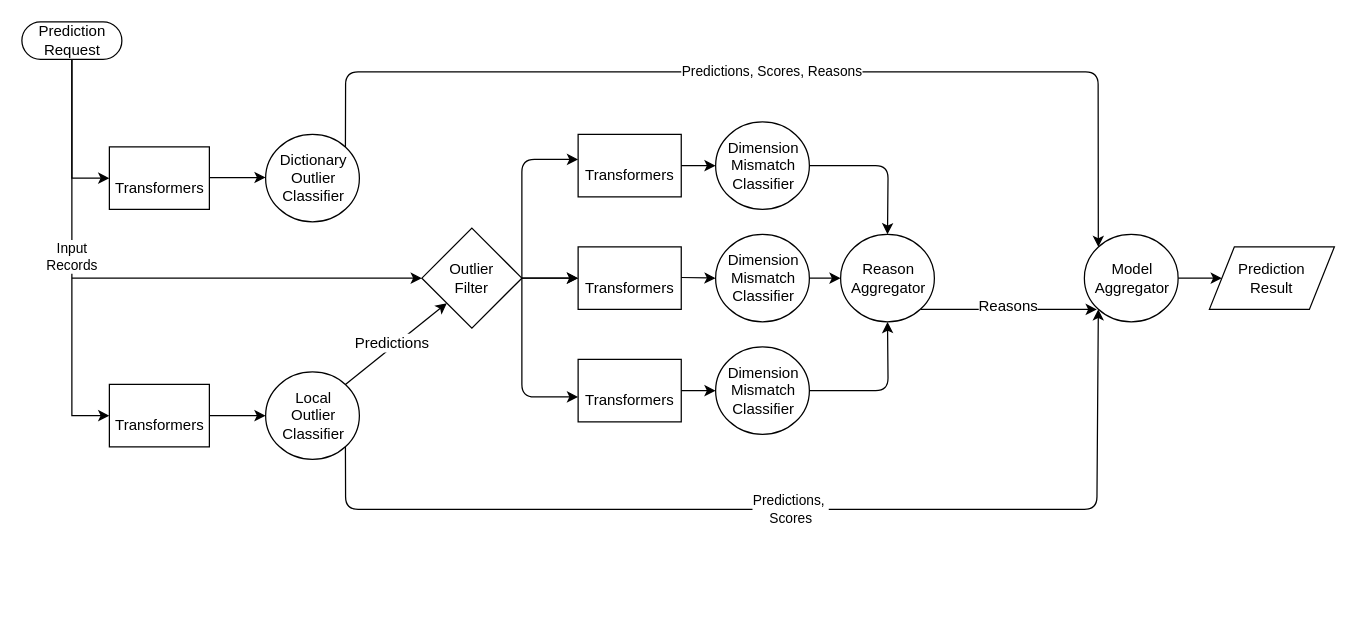
Before: ModelDataFlowAlternate.drawio in KevinJAdams/datastructures, a draw.io diagram. Source tidied: cells renumbered, new cells numbered last; positions are measured from the earlier drawing's top-left corner, leaving out a move shared by most shapes. Both pictures are drawn from the tidied source at 125%, with x=0, y=0 at pixel (21, 21).
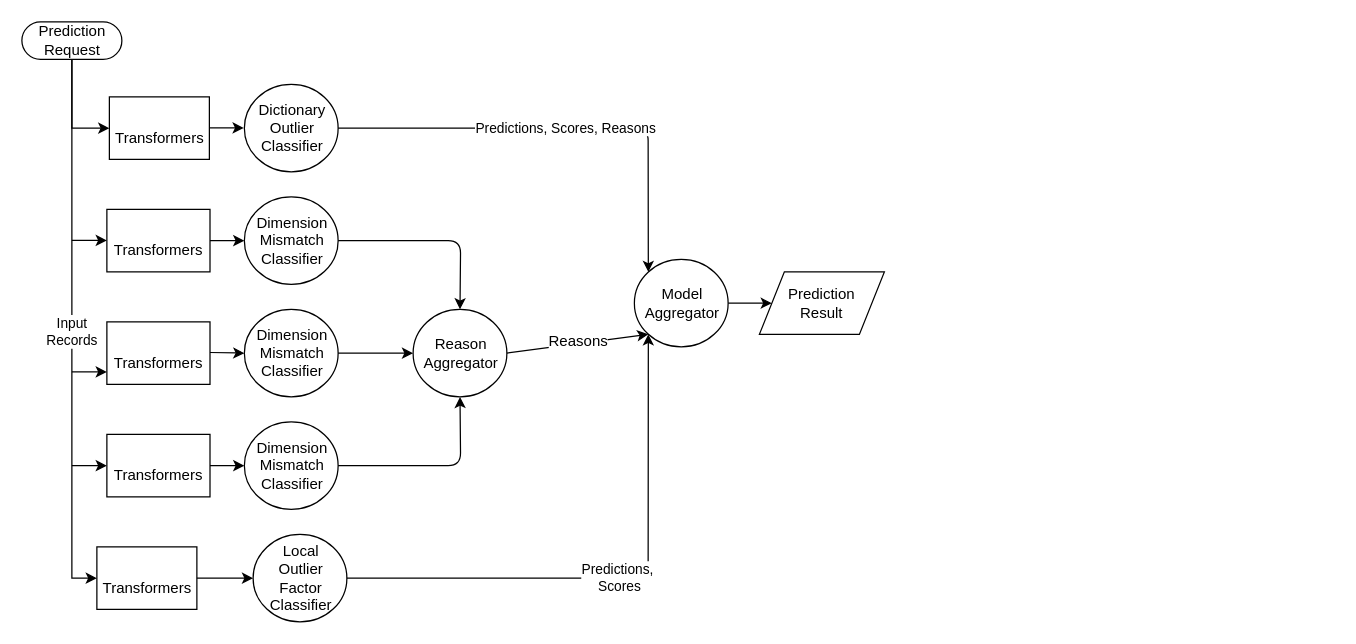
Above is the later version.

The change refers to these unchanged cells:
```xml
<mxCell id="4" value="Prediction&lt;br&gt;Request" style="html=1;dashed=0;whitespace=wrap;shape=mxgraph.dfd.start;" parent="1" vertex="1">
  <mxGeometry width="80" height="30" as="geometry" />
</mxCell>
```

What changed in the source:
```diff
@@
     <mxCell id="2" value="Prediction&lt;br&gt;Result" style="shape=parallelogram;perimeter=parallelogramPerimeter;whiteSpace=wrap;html=1;dashed=0;" parent="1" vertex="1">
-      <mxGeometry x="950" y="180" width="100" height="50" as="geometry" />
+      <mxGeometry x="590" y="200" width="100" height="50" as="geometry" />
     </mxCell>
     <mxCell id="3" style="edgeStyle=orthogonalEdgeStyle;rounded=0;jettySize=auto;html=1;exitX=0.5;exitY=0.5;exitDx=0;exitDy=15;exitPerimeter=0;entryX=0;entryY=0.5;entryDx=0;entryDy=0;" parent="1" edge="1" source="4" target="14">
       <mxGeometry relative="1" as="geometry">
         <Array as="points">
-          <mxPoint x="40" y="125" />
+          <mxPoint x="40" y="85" />
         </Array>
       </mxGeometry>
     </mxCell>
@@
     <mxCell id="5" value="Dictionary&lt;br&gt;Outlier&lt;br&gt;Classifier" style="shape=ellipse;html=1;dashed=0;whitespace=wrap;perimeter=ellipsePerimeter;" parent="1" vertex="1">
-      <mxGeometry x="195" y="90" width="75" height="70" as="geometry" />
+      <mxGeometry x="178" y="50" width="75" height="70" as="geometry" />
     </mxCell>
-    <mxCell id="6" value="Local&lt;br&gt;Outlier&lt;br&gt;Classifier" style="shape=ellipse;html=1;dashed=0;whitespace=wrap;perimeter=ellipsePerimeter;" parent="1" vertex="1">
-      <mxGeometry x="195" y="280" width="75" height="70" as="geometry" />
+    <mxCell id="6" value="Local&lt;br&gt;Outlier&lt;br&gt;Factor&lt;br&gt;Classifier" style="shape=ellipse;html=1;dashed=0;whitespace=wrap;perimeter=ellipsePerimeter;" parent="1" vertex="1">
+      <mxGeometry x="185" y="410" width="75" height="70" as="geometry" />
     </mxCell>
     <mxCell id="7" value="&lt;br&gt;Transformers" style="html=1;dashed=0;whitespace=wrap;" parent="1" vertex="1">
-      <mxGeometry x="70" y="290" width="80" height="50" as="geometry" />
+      <mxGeometry x="60" y="420" width="80" height="50" as="geometry" />
     </mxCell>
     <mxCell id="8" value="Dimension&lt;br&gt;Mismatch&lt;br&gt;Classifier" style="shape=ellipse;html=1;dashed=0;whitespace=wrap;perimeter=ellipsePerimeter;" parent="1" vertex="1">
-      <mxGeometry x="555" y="260" width="75" height="70" as="geometry" />
+      <mxGeometry x="178" y="320" width="75" height="70" as="geometry" />
     </mxCell>
     <mxCell id="9" value="Dimension&lt;br&gt;Mismatch&lt;br&gt;Classifier" style="shape=ellipse;html=1;dashed=0;whitespace=wrap;perimeter=ellipsePerimeter;" parent="1" vertex="1">
-      <mxGeometry x="555" y="170" width="75" height="70" as="geometry" />
+      <mxGeometry x="178" y="230" width="75" height="70" as="geometry" />
     </mxCell>
     <mxCell id="10" value="Dimension&lt;br&gt;Mismatch&lt;br&gt;Classifier" style="shape=ellipse;html=1;dashed=0;whitespace=wrap;perimeter=ellipsePerimeter;" parent="1" vertex="1">
-      <mxGeometry x="555" y="80" width="75" height="70" as="geometry" />
+      <mxGeometry x="178" y="140" width="75" height="70" as="geometry" />
     </mxCell>
     <mxCell id="11" value="&lt;br&gt;Transformers" style="html=1;dashed=0;whitespace=wrap;" parent="1" vertex="1">
-      <mxGeometry x="445" y="90" width="82.5" height="50" as="geometry" />
+      <mxGeometry x="68" y="150" width="82.5" height="50" as="geometry" />
     </mxCell>
     <mxCell id="12" value="&lt;br&gt;Transformers" style="html=1;dashed=0;whitespace=wrap;" parent="1" vertex="1">
-      <mxGeometry x="445" y="180" width="82.5" height="50" as="geometry" />
+      <mxGeometry x="68" y="240" width="82.5" height="50" as="geometry" />
     </mxCell>
     <mxCell id="13" value="&lt;br&gt;Transformers" style="html=1;dashed=0;whitespace=wrap;" parent="1" vertex="1">
-      <mxGeometry x="445" y="270" width="82.5" height="50" as="geometry" />
+      <mxGeometry x="68" y="330" width="82.5" height="50" as="geometry" />
     </mxCell>
     <mxCell id="14" value="&lt;br&gt;Transformers" style="html=1;dashed=0;whitespace=wrap;" parent="1" vertex="1">
-      <mxGeometry x="70" y="100" width="80" height="50" as="geometry" />
+      <mxGeometry x="70" y="60" width="80" height="50" as="geometry" />
     </mxCell>
@@
     <mxCell id="16" value="Model&lt;br&gt;Aggregator" style="shape=ellipse;html=1;dashed=0;whitespace=wrap;perimeter=ellipsePerimeter;" parent="1" vertex="1">
-      <mxGeometry x="850" y="170" width="75" height="70" as="geometry" />
+      <mxGeometry x="490" y="190" width="75" height="70" as="geometry" />
     </mxCell>
     <mxCell id="17" value="Input &lt;br&gt;Records" style="edgeStyle=orthogonalEdgeStyle;rounded=0;jettySize=auto;html=1;exitX=0.5;exitY=0.5;exitDx=0;exitDy=15;exitPerimeter=0;entryX=0;entryY=0.5;entryDx=0;entryDy=0;" parent="1" edge="1" source="4" target="7">
       <mxGeometry relative="1" as="geometry">
         <Array as="points">
-          <mxPoint x="40" y="315" />
+          <mxPoint x="40" y="445" />
         </Array>
       </mxGeometry>
     </mxCell>
@@
-    <mxCell id="19" style="endArrow=classic;html=1;exitX=1;exitY=0.5;exitDx=0;exitDy=0;entryX=0;entryY=0.5;entryDx=0;entryDy=0;" parent="1" edge="1">
-      <mxGeometry relative="1" as="geometry">
-        <mxPoint x="150" y="124.5" as="sourcePoint" />
-        <mxPoint x="195" y="124.5" as="targetPoint" />
-      </mxGeometry>
-    </mxCell>
-    <mxCell id="20" style="endArrow=classic;html=1;entryX=0;entryY=0.5;entryDx=0;entryDy=0;exitX=1;exitY=0.5;exitDx=0;exitDy=0;" parent="1" edge="1" source="35">
-      <mxGeometry relative="1" as="geometry">
-        <mxPoint x="445" y="110" as="targetPoint" />
-        <Array as="points">
-          <mxPoint x="400" y="110" />
-        </Array>
-      </mxGeometry>
-    </mxCell>
-    <mxCell id="21" style="endArrow=classic;html=1;entryX=0;entryY=0.5;entryDx=0;entryDy=0;" parent="1" edge="1">
-      <mxGeometry relative="1" as="geometry">
-        <mxPoint x="370" y="205" as="sourcePoint" />
-        <mxPoint x="445" y="205" as="targetPoint" />
-      </mxGeometry>
-    </mxCell>
-    <mxCell id="22" style="endArrow=classic;html=1;entryX=0;entryY=0.5;entryDx=0;entryDy=0;exitX=1;exitY=0.5;exitDx=0;exitDy=0;" parent="1" edge="1" source="35">
-      <mxGeometry relative="1" as="geometry">
-        <mxPoint x="445" y="300" as="targetPoint" />
-        <Array as="points">
-          <mxPoint x="400" y="300" />
-        </Array>
-      </mxGeometry>
-    </mxCell>
-    <mxCell id="23" value="Predictions,&amp;nbsp;&lt;br&gt;Scores" style="endArrow=classic;html=1;exitX=1;exitY=1;exitDx=0;exitDy=0;entryX=0;entryY=1;entryDx=0;entryDy=0;" parent="1" edge="1" source="6" target="16">
+    <mxCell id="23" value="Predictions,&amp;nbsp;&lt;br&gt;Scores" style="endArrow=classic;html=1;exitX=1;exitY=0.5;exitDx=0;exitDy=0;entryX=0;entryY=1;entryDx=0;entryDy=0;" parent="1" edge="1" source="6" target="16">
       <mxGeometry relative="1" as="geometry">
         <Array as="points">
-          <mxPoint x="259" y="390" />
-          <mxPoint x="860" y="390" />
+          <mxPoint x="501" y="445" />
         </Array>
       </mxGeometry>
     </mxCell>
     <mxCell id="24" style="endArrow=classic;html=1;entryX=0;entryY=0.5;entryDx=0;entryDy=0;" parent="1" edge="1" target="9">
       <mxGeometry relative="1" as="geometry">
-        <mxPoint x="527.5" y="204.5" as="sourcePoint" />
+        <mxPoint x="150.5" y="264.5" as="sourcePoint" />
       </mxGeometry>
     </mxCell>
@@
-    <mxCell id="27" value="Predictions, Scores, Reasons" style="endArrow=classic;html=1;exitX=1;exitY=0;exitDx=0;exitDy=0;entryX=0;entryY=0;entryDx=0;entryDy=0;" parent="1" edge="1" source="5" target="16">
+    <mxCell id="27" value="Predictions, Scores, Reasons" style="endArrow=classic;html=1;exitX=1;exitY=0.5;exitDx=0;exitDy=0;entryX=0;entryY=0;entryDx=0;entryDy=0;" parent="1" edge="1" source="5" target="16">
       <mxGeometry relative="1" as="geometry">
         <Array as="points">
-          <mxPoint x="259" y="40" />
-          <mxPoint x="861" y="40" />
+          <mxPoint x="320" y="85" />
+          <mxPoint x="501" y="85" />
         </Array>
       </mxGeometry>
     </mxCell>
     <mxCell id="28" value="Reason&lt;br&gt;Aggregator" style="shape=ellipse;html=1;dashed=0;whitespace=wrap;perimeter=ellipsePerimeter;" parent="1" vertex="1">
-      <mxGeometry x="655" y="170" width="75" height="70" as="geometry" />
+      <mxGeometry x="313" y="230" width="75" height="70" as="geometry" />
     </mxCell>
     <mxCell id="29" style="endArrow=classic;html=1;exitX=1;exitY=0.5;exitDx=0;exitDy=0;entryX=0.5;entryY=0;entryDx=0;entryDy=0;" parent="1" edge="1" source="10" target="28">
       <mxGeometry relative="1" as="geometry">
         <Array as="points">
-          <mxPoint x="693" y="115" />
+          <mxPoint x="351" y="175" />
         </Array>
       </mxGeometry>
     </mxCell>
     <mxCell id="30" style="endArrow=classic;html=1;exitX=1;exitY=0.5;exitDx=0;exitDy=0;entryX=0.5;entryY=1;entryDx=0;entryDy=0;" parent="1" edge="1" source="8" target="28">
       <mxGeometry relative="1" as="geometry">
         <Array as="points">
-          <mxPoint x="693" y="295" />
+          <mxPoint x="351" y="355" />
         </Array>
       </mxGeometry>
     </mxCell>
@@
-    <mxCell id="32" style="endArrow=classic;html=1;exitX=1;exitY=1;exitDx=0;exitDy=0;" parent="1" edge="1" source="28">
-      <mxGeometry relative="1" as="geometry">
-        <mxPoint x="860" y="230" as="targetPoint" />
-      </mxGeometry>
+    <mxCell id="32" style="endArrow=classic;html=1;exitX=1;exitY=0.5;exitDx=0;exitDy=0;entryX=0;entryY=1;entryDx=0;entryDy=0;" parent="1" edge="1" source="28" target="16">
+      <mxGeometry relative="1" as="geometry" />
     </mxCell>
@@
-    <mxCell id="34" style="edgeStyle=orthogonalEdgeStyle;rounded=0;jettySize=auto;html=1;" parent="1" edge="1" source="35" target="12">
-      <mxGeometry relative="1" as="geometry" />
-    </mxCell>
-    <mxCell id="35" value="Outlier&lt;br&gt;Filter" style="rhombus;whiteSpace=wrap;html=1;" parent="1" vertex="1">
-      <mxGeometry x="320" y="165" width="80" height="80" as="geometry" />
-    </mxCell>
-    <mxCell id="36" style="endArrow=classic;html=1;exitX=1;exitY=0;exitDx=0;exitDy=0;entryX=0;entryY=1;entryDx=0;entryDy=0;" parent="1" edge="1" source="6" target="35">
-      <mxGeometry relative="1" as="geometry" />
-    </mxCell>
-    <mxCell id="37" value="Predictions" style="text;html=1;align=center;verticalAlign=middle;labelBackgroundColor=#ffffff;" parent="36" vertex="1">
-      <mxGeometry x="-0.03" y="3" relative="1" as="geometry" />
-    </mxCell>
-    <mxCell id="38" style="endArrow=classic;html=1;entryX=0;entryY=0.5;entryDx=0;entryDy=0;" parent="1" edge="1" target="35">
-      <mxGeometry relative="1" as="geometry">
-        <mxPoint x="40" y="205" as="sourcePoint" />
-      </mxGeometry>
-    </mxCell>
+    <mxCell id="39" style="endArrow=classic;html=1;entryX=0;entryY=0.5;entryDx=0;entryDy=0;exitX=1;exitY=0.5;exitDx=0;exitDy=0;" parent="1" edge="1">
+      <mxGeometry relative="1" as="geometry">
+        <mxPoint x="150" y="84.8" as="sourcePoint" />
+        <mxPoint x="177.5" y="84.8" as="targetPoint" />
+      </mxGeometry>
+    </mxCell>
+    <mxCell id="40" style="endArrow=classic;html=1;entryX=0;entryY=0.5;entryDx=0;entryDy=0;" parent="1" edge="1" target="13">
+      <mxGeometry relative="1" as="geometry">
+        <mxPoint x="40" y="355" as="sourcePoint" />
+      </mxGeometry>
+    </mxCell>
+    <mxCell id="41" style="endArrow=classic;html=1;entryX=0;entryY=0.5;entryDx=0;entryDy=0;" parent="1" edge="1">
+      <mxGeometry relative="1" as="geometry">
+        <mxPoint x="40" y="280" as="sourcePoint" />
+        <mxPoint x="68" y="280" as="targetPoint" />
+      </mxGeometry>
+    </mxCell>
+    <mxCell id="42" style="endArrow=classic;html=1;entryX=0;entryY=0.5;entryDx=0;entryDy=0;" parent="1" edge="1">
+      <mxGeometry relative="1" as="geometry">
+        <mxPoint x="40" y="174.8" as="sourcePoint" />
+        <mxPoint x="68" y="174.8" as="targetPoint" />
+      </mxGeometry>
+    </mxCell>
```
